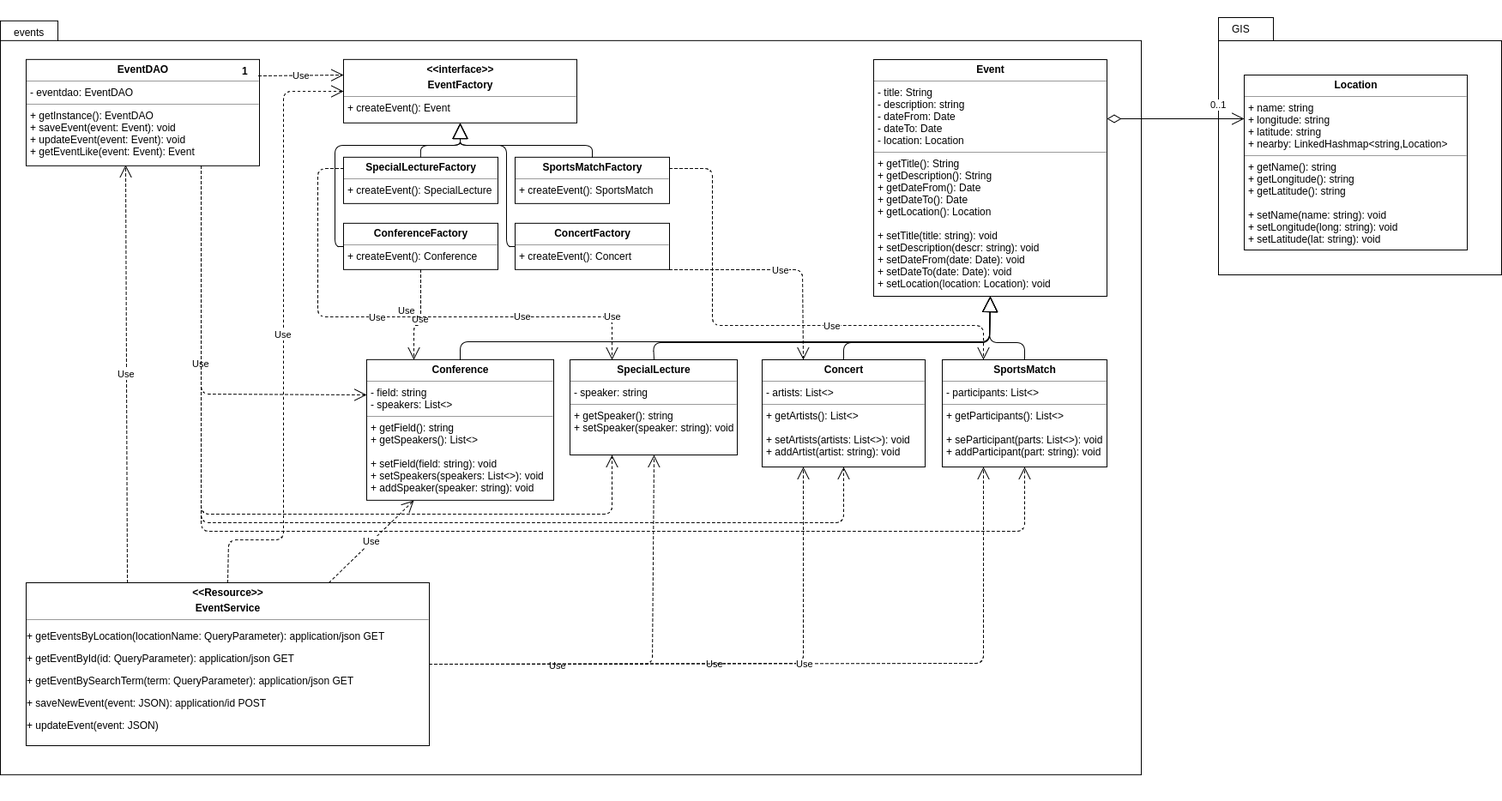
This is images/class/EventsClassDiagram.png from ClaudioMDS/yacc_team_round_2, a draw.io export, as it was before one commit. Source tidied: cells renumbered, new cells last; positions are measured from the earlier drawing's top-left corner, leaving out a move shared by most shapes.
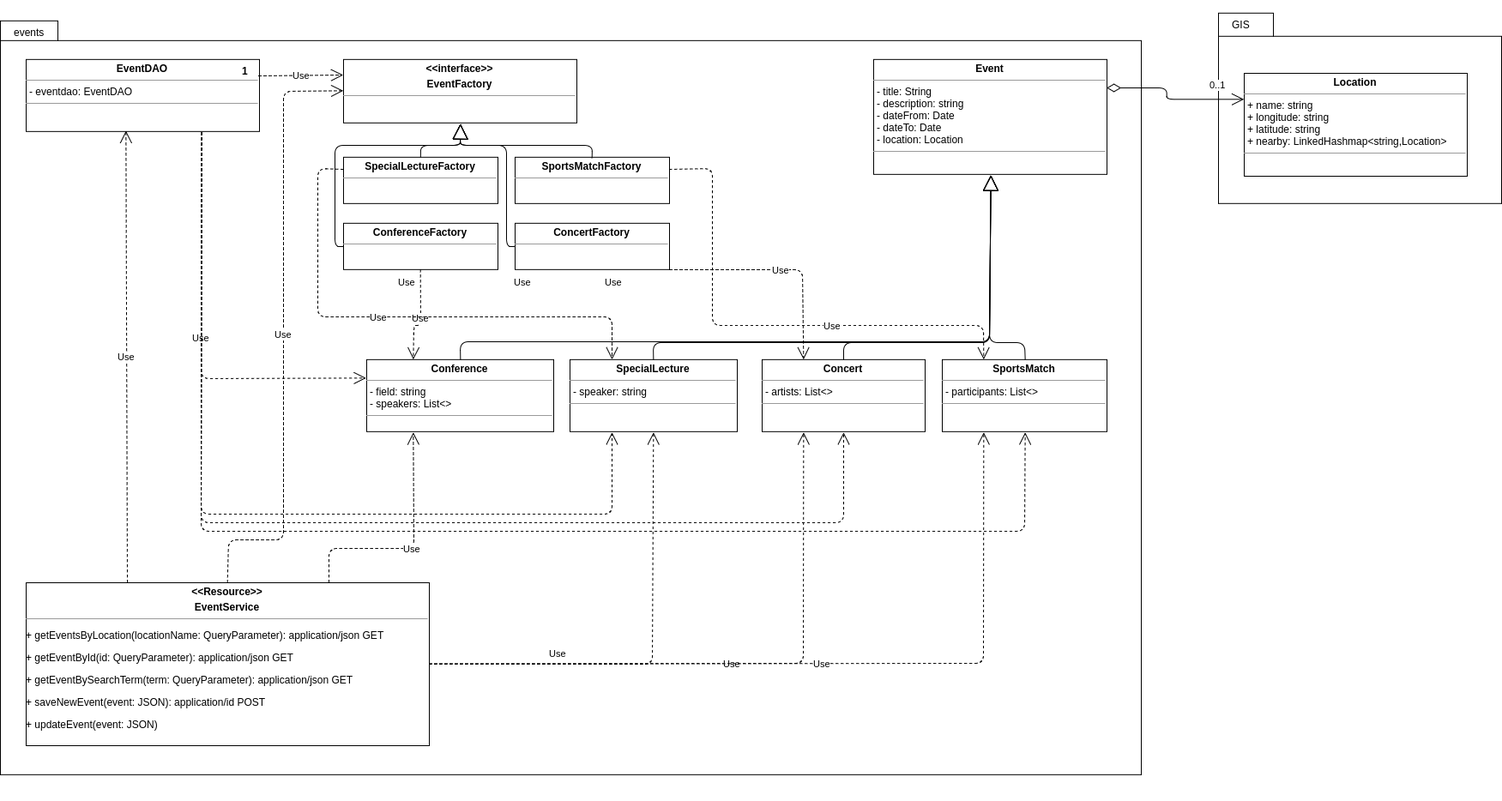
After the commit.

Commit message:
Updated class diagram PNGs

The edit, as a diff of the source:
```diff
@@ -10,7 +10,7 @@
     </mxCell>
-    <mxCell id="4" value="&lt;p style=&quot;margin: 0px ; margin-top: 4px ; text-align: center&quot;&gt;&lt;b&gt;Event&lt;/b&gt;&lt;/p&gt;&lt;hr size=&quot;1&quot;&gt;&lt;p style=&quot;margin: 0px ; margin-left: 4px&quot;&gt;- title: String&lt;/p&gt;&lt;p style=&quot;margin: 0px ; margin-left: 4px&quot;&gt;- description: string&lt;/p&gt;&lt;p style=&quot;margin: 0px ; margin-left: 4px&quot;&gt;-&lt;span&gt;&amp;nbsp;dateFrom: Date&lt;/span&gt;&lt;/p&gt;&lt;p style=&quot;margin: 0px ; margin-left: 4px&quot;&gt;- dateTo: Date&lt;/p&gt;&lt;p style=&quot;margin: 0px ; margin-left: 4px&quot;&gt;- location: Location&lt;/p&gt;&lt;hr size=&quot;1&quot;&gt;&lt;p style=&quot;margin: 0px ; margin-left: 4px&quot;&gt;+ getTitle(): String&lt;/p&gt;&lt;p style=&quot;margin: 0px ; margin-left: 4px&quot;&gt;+ getDescription(): String&lt;/p&gt;&lt;p style=&quot;margin: 0px ; margin-left: 4px&quot;&gt;+ getDateFrom(): Date&lt;/p&gt;&lt;p style=&quot;margin: 0px ; margin-left: 4px&quot;&gt;+ getDateTo(): Date&lt;/p&gt;&lt;p style=&quot;margin: 0px ; margin-left: 4px&quot;&gt;+ getLocation(): Location&lt;/p&gt;&lt;p style=&quot;margin: 0px ; margin-left: 4px&quot;&gt;&lt;br&gt;&lt;/p&gt;&lt;p style=&quot;margin: 0px ; margin-left: 4px&quot;&gt;+ setTitle(title: string): void&lt;/p&gt;&lt;p style=&quot;margin: 0px ; margin-left: 4px&quot;&gt;+ setDescription(descr: string): void&lt;/p&gt;&lt;p style=&quot;margin: 0px ; margin-left: 4px&quot;&gt;+ setDateFrom(date: Date): void&lt;/p&gt;&lt;p style=&quot;margin: 0px ; margin-left: 4px&quot;&gt;+ setDateTo(date: Date): void&lt;/p&gt;&lt;p style=&quot;margin: 0px ; margin-left: 4px&quot;&gt;+ setLocation(location: Location): void&lt;/p&gt;" style="verticalAlign=top;align=left;overflow=fill;fontSize=12;fontFamily=Helvetica;html=1;" parent="2" vertex="1">
-      <mxGeometry x="638" y="46.2" width="272" height="276" as="geometry" />
+    <mxCell id="4" value="&lt;p style=&quot;margin: 0px ; margin-top: 4px ; text-align: center&quot;&gt;&lt;b&gt;Event&lt;/b&gt;&lt;/p&gt;&lt;hr size=&quot;1&quot;&gt;&lt;p style=&quot;margin: 0px ; margin-left: 4px&quot;&gt;- title: String&lt;/p&gt;&lt;p style=&quot;margin: 0px ; margin-left: 4px&quot;&gt;- description: string&lt;/p&gt;&lt;p style=&quot;margin: 0px ; margin-left: 4px&quot;&gt;-&lt;span&gt;&amp;nbsp;dateFrom: Date&lt;/span&gt;&lt;/p&gt;&lt;p style=&quot;margin: 0px ; margin-left: 4px&quot;&gt;- dateTo: Date&lt;/p&gt;&lt;p style=&quot;margin: 0px ; margin-left: 4px&quot;&gt;- location: Location&lt;/p&gt;&lt;hr size=&quot;1&quot;&gt;&lt;p style=&quot;margin: 0px ; margin-left: 4px&quot;&gt;&lt;br&gt;&lt;/p&gt;" style="verticalAlign=top;align=left;overflow=fill;fontSize=12;fontFamily=Helvetica;html=1;" parent="2" vertex="1">
+      <mxGeometry x="638" y="46" width="272" height="134" as="geometry" />
     </mxCell>
-    <mxCell id="5" value="&lt;p style=&quot;margin: 0px ; margin-top: 4px ; text-align: center&quot;&gt;&lt;b&gt;SpecialLecture&lt;/b&gt;&lt;/p&gt;&lt;hr size=&quot;1&quot;&gt;&lt;p style=&quot;margin: 0px ; margin-left: 4px&quot;&gt;- speaker: string&lt;/p&gt;&lt;hr size=&quot;1&quot;&gt;&lt;p style=&quot;margin: 0px ; margin-left: 4px&quot;&gt;+ getSpeaker(): string&lt;/p&gt;&lt;p style=&quot;margin: 0px ; margin-left: 4px&quot;&gt;+ setSpeaker(speaker: string): void&lt;/p&gt;" style="verticalAlign=top;align=left;overflow=fill;fontSize=12;fontFamily=Helvetica;html=1;" parent="2" vertex="1">
-      <mxGeometry x="284" y="396.2" width="195" height="111" as="geometry" />
+    <mxCell id="5" value="&lt;p style=&quot;margin: 0px ; margin-top: 4px ; text-align: center&quot;&gt;&lt;b&gt;SpecialLecture&lt;/b&gt;&lt;/p&gt;&lt;hr size=&quot;1&quot;&gt;&lt;p style=&quot;margin: 0px ; margin-left: 4px&quot;&gt;- speaker: string&lt;/p&gt;&lt;hr size=&quot;1&quot;&gt;&lt;p style=&quot;margin: 0px ; margin-left: 4px&quot;&gt;&lt;br&gt;&lt;/p&gt;" style="verticalAlign=top;align=left;overflow=fill;fontSize=12;fontFamily=Helvetica;html=1;" parent="2" vertex="1">
+      <mxGeometry x="284" y="396" width="195" height="84" as="geometry" />
     </mxCell>
@@ -24,4 +24,4 @@
     </mxCell>
-    <mxCell id="7" value="&lt;p style=&quot;margin: 0px ; margin-top: 4px ; text-align: center&quot;&gt;&lt;b&gt;Concert&lt;/b&gt;&lt;/p&gt;&lt;hr size=&quot;1&quot;&gt;&lt;p style=&quot;margin: 0px ; margin-left: 4px&quot;&gt;- artists: List&amp;lt;&amp;gt;&lt;/p&gt;&lt;hr size=&quot;1&quot;&gt;&lt;p style=&quot;margin: 0px ; margin-left: 4px&quot;&gt;+ getArtists(): List&amp;lt;&amp;gt;&lt;/p&gt;&lt;p style=&quot;margin: 0px ; margin-left: 4px&quot;&gt;&lt;br&gt;&lt;/p&gt;&lt;p style=&quot;margin: 0px ; margin-left: 4px&quot;&gt;+ setArtists(artists: List&amp;lt;&amp;gt;): void&lt;/p&gt;&lt;p style=&quot;margin: 0px ; margin-left: 4px&quot;&gt;+ addArtist(artist: string): void&lt;/p&gt;" style="verticalAlign=top;align=left;overflow=fill;fontSize=12;fontFamily=Helvetica;html=1;" parent="2" vertex="1">
-      <mxGeometry x="508" y="396.2" width="190" height="125" as="geometry" />
+    <mxCell id="7" value="&lt;p style=&quot;margin: 0px ; margin-top: 4px ; text-align: center&quot;&gt;&lt;b&gt;Concert&lt;/b&gt;&lt;/p&gt;&lt;hr size=&quot;1&quot;&gt;&lt;p style=&quot;margin: 0px ; margin-left: 4px&quot;&gt;- artists: List&amp;lt;&amp;gt;&lt;/p&gt;&lt;hr size=&quot;1&quot;&gt;&lt;p style=&quot;margin: 0px ; margin-left: 4px&quot;&gt;&lt;br&gt;&lt;/p&gt;" style="verticalAlign=top;align=left;overflow=fill;fontSize=12;fontFamily=Helvetica;html=1;" parent="2" vertex="1">
+      <mxGeometry x="508" y="396" width="190" height="84" as="geometry" />
     </mxCell>
@@ -35,4 +35,4 @@
     </mxCell>
-    <mxCell id="9" value="&lt;p style=&quot;margin: 0px ; margin-top: 4px ; text-align: center&quot;&gt;&lt;b&gt;SportsMatch&lt;/b&gt;&lt;/p&gt;&lt;hr size=&quot;1&quot;&gt;&lt;p style=&quot;margin: 0px ; margin-left: 4px&quot;&gt;- participants: List&amp;lt;&amp;gt;&lt;/p&gt;&lt;hr size=&quot;1&quot;&gt;&lt;p style=&quot;margin: 0px ; margin-left: 4px&quot;&gt;+ getParticipants(): List&amp;lt;&amp;gt;&lt;/p&gt;&lt;p style=&quot;margin: 0px ; margin-left: 4px&quot;&gt;&lt;br&gt;&lt;/p&gt;&lt;p style=&quot;margin: 0px ; margin-left: 4px&quot;&gt;+ seParticipant(parts: List&amp;lt;&amp;gt;): void&lt;/p&gt;&lt;p style=&quot;margin: 0px ; margin-left: 4px&quot;&gt;+ addParticipant(part: string): void&lt;/p&gt;" style="verticalAlign=top;align=left;overflow=fill;fontSize=12;fontFamily=Helvetica;html=1;" parent="2" vertex="1">
-      <mxGeometry x="718" y="396.2" width="192" height="125" as="geometry" />
+    <mxCell id="9" value="&lt;p style=&quot;margin: 0px ; margin-top: 4px ; text-align: center&quot;&gt;&lt;b&gt;SportsMatch&lt;/b&gt;&lt;/p&gt;&lt;hr size=&quot;1&quot;&gt;&lt;p style=&quot;margin: 0px ; margin-left: 4px&quot;&gt;- participants: List&amp;lt;&amp;gt;&lt;/p&gt;&lt;hr size=&quot;1&quot;&gt;&lt;p style=&quot;margin: 0px ; margin-left: 4px&quot;&gt;&lt;br&gt;&lt;/p&gt;" style="verticalAlign=top;align=left;overflow=fill;fontSize=12;fontFamily=Helvetica;html=1;" parent="2" vertex="1">
+      <mxGeometry x="718" y="396" width="192" height="84" as="geometry" />
     </mxCell>
@@ -46,4 +46,4 @@
     </mxCell>
-    <mxCell id="11" value="&lt;p style=&quot;margin: 0px ; margin-top: 4px ; text-align: center&quot;&gt;&lt;b&gt;Conference&lt;/b&gt;&lt;/p&gt;&lt;hr size=&quot;1&quot;&gt;&lt;p style=&quot;margin: 0px ; margin-left: 4px&quot;&gt;- field: string&lt;/p&gt;&lt;p style=&quot;margin: 0px ; margin-left: 4px&quot;&gt;- speakers: List&amp;lt;&amp;gt;&lt;/p&gt;&lt;hr size=&quot;1&quot;&gt;&lt;p style=&quot;margin: 0px ; margin-left: 4px&quot;&gt;+ getField(): string&lt;/p&gt;&lt;p style=&quot;margin: 0px ; margin-left: 4px&quot;&gt;+ getSpeakers(): List&amp;lt;&amp;gt;&lt;/p&gt;&lt;p style=&quot;margin: 0px ; margin-left: 4px&quot;&gt;&lt;br&gt;&lt;/p&gt;&lt;p style=&quot;margin: 0px ; margin-left: 4px&quot;&gt;+ setField(field: string): void&lt;/p&gt;&lt;p style=&quot;margin: 0px ; margin-left: 4px&quot;&gt;+ setSpeakers(speakers: List&amp;lt;&amp;gt;): void&lt;/p&gt;&lt;p style=&quot;margin: 0px ; margin-left: 4px&quot;&gt;+ addSpeaker(speaker: string): void&lt;/p&gt;" style="verticalAlign=top;align=left;overflow=fill;fontSize=12;fontFamily=Helvetica;html=1;" parent="2" vertex="1">
-      <mxGeometry x="47" y="396" width="218" height="164" as="geometry" />
+    <mxCell id="11" value="&lt;p style=&quot;margin: 0px ; margin-top: 4px ; text-align: center&quot;&gt;&lt;b&gt;Conference&lt;/b&gt;&lt;/p&gt;&lt;hr size=&quot;1&quot;&gt;&lt;p style=&quot;margin: 0px ; margin-left: 4px&quot;&gt;- field: string&lt;/p&gt;&lt;p style=&quot;margin: 0px ; margin-left: 4px&quot;&gt;- speakers: List&amp;lt;&amp;gt;&lt;/p&gt;&lt;hr size=&quot;1&quot;&gt;&lt;p style=&quot;margin: 0px ; margin-left: 4px&quot;&gt;&lt;br&gt;&lt;/p&gt;" style="verticalAlign=top;align=left;overflow=fill;fontSize=12;fontFamily=Helvetica;html=1;" parent="2" vertex="1">
+      <mxGeometry x="47" y="396" width="218" height="84" as="geometry" />
     </mxCell>
@@ -57,6 +57,6 @@
     </mxCell>
-    <mxCell id="13" value="&lt;p style=&quot;margin: 0px ; margin-top: 4px ; text-align: center&quot;&gt;&lt;b&gt;&amp;lt;&amp;lt;interface&amp;gt;&amp;gt;&lt;/b&gt;&lt;/p&gt;&lt;p style=&quot;margin: 0px ; margin-top: 4px ; text-align: center&quot;&gt;&lt;b&gt;EventFactory&lt;/b&gt;&lt;/p&gt;&lt;hr size=&quot;1&quot;&gt;&lt;p style=&quot;margin: 0px ; margin-left: 4px&quot;&gt;&lt;/p&gt;&lt;p style=&quot;margin: 0px ; margin-left: 4px&quot;&gt;&lt;span&gt;+ createEvent(): Event&lt;/span&gt;&lt;br&gt;&lt;/p&gt;" style="verticalAlign=top;align=left;overflow=fill;fontSize=12;fontFamily=Helvetica;html=1;" parent="2" vertex="1">
+    <mxCell id="13" value="&lt;p style=&quot;margin: 0px ; margin-top: 4px ; text-align: center&quot;&gt;&lt;b&gt;&amp;lt;&amp;lt;interface&amp;gt;&amp;gt;&lt;/b&gt;&lt;/p&gt;&lt;p style=&quot;margin: 0px ; margin-top: 4px ; text-align: center&quot;&gt;&lt;b&gt;EventFactory&lt;/b&gt;&lt;/p&gt;&lt;hr size=&quot;1&quot;&gt;&lt;p style=&quot;margin: 0px ; margin-left: 4px&quot;&gt;&lt;/p&gt;&lt;p style=&quot;margin: 0px ; margin-left: 4px&quot;&gt;&lt;br&gt;&lt;/p&gt;" style="verticalAlign=top;align=left;overflow=fill;fontSize=12;fontFamily=Helvetica;html=1;" parent="2" vertex="1">
       <mxGeometry x="20" y="46" width="272" height="74" as="geometry" />
     </mxCell>
-    <mxCell id="14" value="&lt;p style=&quot;margin: 0px ; margin-top: 4px ; text-align: center&quot;&gt;&lt;b&gt;SpecialLectureFactory&lt;/b&gt;&lt;/p&gt;&lt;hr size=&quot;1&quot;&gt;&lt;p style=&quot;margin: 0px ; margin-left: 4px&quot;&gt;&lt;span&gt;+ createEvent(): SpecialLecture&lt;/span&gt;&lt;br&gt;&lt;/p&gt;" style="verticalAlign=top;align=left;overflow=fill;fontSize=12;fontFamily=Helvetica;html=1;" parent="2" vertex="1">
+    <mxCell id="14" value="&lt;p style=&quot;margin: 0px ; margin-top: 4px ; text-align: center&quot;&gt;&lt;b&gt;SpecialLectureFactory&lt;/b&gt;&lt;/p&gt;&lt;hr size=&quot;1&quot;&gt;&lt;p style=&quot;margin: 0px ; margin-left: 4px&quot;&gt;&lt;br&gt;&lt;/p&gt;" style="verticalAlign=top;align=left;overflow=fill;fontSize=12;fontFamily=Helvetica;html=1;" parent="2" vertex="1">
       <mxGeometry x="20" y="160" width="180" height="54" as="geometry" />
@@ -72,9 +72,9 @@
     </mxCell>
-    <mxCell id="16" value="&lt;p style=&quot;margin: 0px ; margin-top: 4px ; text-align: center&quot;&gt;&lt;b&gt;SportsMatchFactory&lt;/b&gt;&lt;/p&gt;&lt;hr size=&quot;1&quot;&gt;&lt;p style=&quot;margin: 0px ; margin-left: 4px&quot;&gt;&lt;span&gt;+ createEvent(): SportsMatch&lt;/span&gt;&lt;br&gt;&lt;/p&gt;" style="verticalAlign=top;align=left;overflow=fill;fontSize=12;fontFamily=Helvetica;html=1;" parent="2" vertex="1">
+    <mxCell id="16" value="&lt;p style=&quot;margin: 0px ; margin-top: 4px ; text-align: center&quot;&gt;&lt;b&gt;SportsMatchFactory&lt;/b&gt;&lt;/p&gt;&lt;hr size=&quot;1&quot;&gt;&lt;p style=&quot;margin: 0px ; margin-left: 4px&quot;&gt;&lt;br&gt;&lt;/p&gt;" style="verticalAlign=top;align=left;overflow=fill;fontSize=12;fontFamily=Helvetica;html=1;" parent="2" vertex="1">
       <mxGeometry x="220" y="160" width="180" height="54" as="geometry" />
     </mxCell>
-    <mxCell id="17" value="&lt;p style=&quot;margin: 0px ; margin-top: 4px ; text-align: center&quot;&gt;&lt;b&gt;ConferenceFactory&lt;/b&gt;&lt;/p&gt;&lt;hr size=&quot;1&quot;&gt;&lt;p style=&quot;margin: 0px ; margin-left: 4px&quot;&gt;&lt;span&gt;+ createEvent(): Conference&lt;/span&gt;&lt;br&gt;&lt;/p&gt;" style="verticalAlign=top;align=left;overflow=fill;fontSize=12;fontFamily=Helvetica;html=1;" parent="2" vertex="1">
+    <mxCell id="17" value="&lt;p style=&quot;margin: 0px ; margin-top: 4px ; text-align: center&quot;&gt;&lt;b&gt;ConferenceFactory&lt;/b&gt;&lt;/p&gt;&lt;hr size=&quot;1&quot;&gt;&lt;p style=&quot;margin: 0px ; margin-left: 4px&quot;&gt;&lt;br&gt;&lt;/p&gt;" style="verticalAlign=top;align=left;overflow=fill;fontSize=12;fontFamily=Helvetica;html=1;" parent="2" vertex="1">
       <mxGeometry x="20" y="237" width="180" height="54" as="geometry" />
     </mxCell>
-    <mxCell id="18" value="&lt;p style=&quot;margin: 0px ; margin-top: 4px ; text-align: center&quot;&gt;&lt;b&gt;ConcertFactory&lt;/b&gt;&lt;/p&gt;&lt;hr size=&quot;1&quot;&gt;&lt;p style=&quot;margin: 0px ; margin-left: 4px&quot;&gt;&lt;span&gt;+ createEvent(): Concert&lt;/span&gt;&lt;br&gt;&lt;/p&gt;" style="verticalAlign=top;align=left;overflow=fill;fontSize=12;fontFamily=Helvetica;html=1;" parent="2" vertex="1">
+    <mxCell id="18" value="&lt;p style=&quot;margin: 0px ; margin-top: 4px ; text-align: center&quot;&gt;&lt;b&gt;ConcertFactory&lt;/b&gt;&lt;/p&gt;&lt;hr size=&quot;1&quot;&gt;&lt;p style=&quot;margin: 0px ; margin-left: 4px&quot;&gt;&lt;br&gt;&lt;/p&gt;" style="verticalAlign=top;align=left;overflow=fill;fontSize=12;fontFamily=Helvetica;html=1;" parent="2" vertex="1">
       <mxGeometry x="220" y="237" width="180" height="54" as="geometry" />
@@ -145,4 +145,4 @@
     </mxCell>
-    <mxCell id="27" value="&lt;p style=&quot;margin: 0px ; margin-top: 4px ; text-align: center&quot;&gt;&lt;b&gt;EventDAO&lt;/b&gt;&lt;/p&gt;&lt;hr size=&quot;1&quot;&gt;&lt;p style=&quot;margin: 0px ; margin-left: 4px&quot;&gt;- eventdao: EventDAO&lt;/p&gt;&lt;hr size=&quot;1&quot;&gt;&lt;p style=&quot;margin: 0px ; margin-left: 4px&quot;&gt;+ getInstance(): EventDAO&lt;br&gt;&lt;/p&gt;&lt;p style=&quot;margin: 0px ; margin-left: 4px&quot;&gt;+ saveEvent(event: Event): void&lt;/p&gt;&lt;p style=&quot;margin: 0px ; margin-left: 4px&quot;&gt;+ updateEvent(event: Event): void&lt;/p&gt;&lt;p style=&quot;margin: 0px ; margin-left: 4px&quot;&gt;+ getEventLike(event: Event): Event&lt;/p&gt;" style="verticalAlign=top;align=left;overflow=fill;fontSize=12;fontFamily=Helvetica;html=1;" parent="2" vertex="1">
-      <mxGeometry x="-350" y="46" width="272" height="124" as="geometry" />
+    <mxCell id="27" value="&lt;p style=&quot;margin: 0px ; margin-top: 4px ; text-align: center&quot;&gt;&lt;b&gt;EventDAO&lt;/b&gt;&lt;/p&gt;&lt;hr size=&quot;1&quot;&gt;&lt;p style=&quot;margin: 0px ; margin-left: 4px&quot;&gt;- eventdao: EventDAO&lt;/p&gt;&lt;hr size=&quot;1&quot;&gt;&lt;p style=&quot;margin: 0px ; margin-left: 4px&quot;&gt;&lt;br&gt;&lt;/p&gt;" style="verticalAlign=top;align=left;overflow=fill;fontSize=12;fontFamily=Helvetica;html=1;" parent="2" vertex="1">
+      <mxGeometry x="-350" y="46" width="272" height="84" as="geometry" />
     </mxCell>
@@ -156,3 +156,3 @@
         <Array as="points">
-          <mxPoint x="-146" y="436.2" />
+          <mxPoint x="-146" y="418.2" />
         </Array>
@@ -185,12 +185,12 @@
     <mxCell id="33" style="group;" parent="1" vertex="1">
-      <mxGeometry x="1420" width="330" height="350" as="geometry" />
+      <mxGeometry x="1420" width="330" height="259" as="geometry" />
     </mxCell>
     <mxCell id="34" style="shape=folder;fontStyle=1;spacingTop=10;tabWidth=64;tabHeight=27;tabPosition=left;html=1;" parent="33" vertex="1">
-      <mxGeometry y="20" width="330" height="300" as="geometry" />
+      <mxGeometry y="14.8" width="330" height="222" as="geometry" />
     </mxCell>
     <mxCell id="35" value="GIS" style="text;html=1;strokeColor=none;fillColor=none;align=left;verticalAlign=top;spacingLeft=4;spacingRight=4;whiteSpace=wrap;overflow=hidden;" parent="33" vertex="1">
-      <mxGeometry x="10" y="20" width="100" height="39.6" as="geometry" />
+      <mxGeometry x="10" y="14.8" width="100" height="29.3" as="geometry" />
     </mxCell>
-    <mxCell id="36" value="&lt;p style=&quot;margin: 0px ; margin-top: 4px ; text-align: center&quot;&gt;&lt;b&gt;Location&lt;/b&gt;&lt;/p&gt;&lt;hr size=&quot;1&quot;&gt;&lt;p style=&quot;margin: 0px ; margin-left: 4px&quot;&gt;+ name: string&lt;/p&gt;&lt;p style=&quot;margin: 0px ; margin-left: 4px&quot;&gt;+ longitude: string&lt;br&gt;&lt;/p&gt;&lt;p style=&quot;margin: 0px ; margin-left: 4px&quot;&gt;+ latitude: string&lt;/p&gt;&lt;p style=&quot;margin: 0px ; margin-left: 4px&quot;&gt;+ nearby: LinkedHashmap&amp;lt;string,Location&amp;gt;&lt;/p&gt;&lt;hr size=&quot;1&quot;&gt;&lt;p style=&quot;margin: 0px ; margin-left: 4px&quot;&gt;+ getName(): string&lt;/p&gt;&lt;p style=&quot;margin: 0px ; margin-left: 4px&quot;&gt;+ getLongitude(): string&lt;/p&gt;&lt;p style=&quot;margin: 0px ; margin-left: 4px&quot;&gt;+ getLatitude(): string&lt;/p&gt;&lt;p style=&quot;margin: 0px ; margin-left: 4px&quot;&gt;&lt;br&gt;&lt;/p&gt;&lt;p style=&quot;margin: 0px ; margin-left: 4px&quot;&gt;+ setName(name: string): void&lt;/p&gt;&lt;p style=&quot;margin: 0px ; margin-left: 4px&quot;&gt;+ setLongitude(long: string): void&lt;/p&gt;&lt;p style=&quot;margin: 0px ; margin-left: 4px&quot;&gt;+ setLatitude(lat: string): void&lt;/p&gt;" style="verticalAlign=top;align=left;overflow=fill;fontSize=12;fontFamily=Helvetica;html=1;" parent="33" vertex="1">
-      <mxGeometry x="30" y="87" width="260" height="204" as="geometry" />
+    <mxCell id="36" value="&lt;p style=&quot;margin: 0px ; margin-top: 4px ; text-align: center&quot;&gt;&lt;b&gt;Location&lt;/b&gt;&lt;/p&gt;&lt;hr size=&quot;1&quot;&gt;&lt;p style=&quot;margin: 0px ; margin-left: 4px&quot;&gt;+ name: string&lt;/p&gt;&lt;p style=&quot;margin: 0px ; margin-left: 4px&quot;&gt;+ longitude: string&lt;br&gt;&lt;/p&gt;&lt;p style=&quot;margin: 0px ; margin-left: 4px&quot;&gt;+ latitude: string&lt;/p&gt;&lt;p style=&quot;margin: 0px ; margin-left: 4px&quot;&gt;+ nearby: LinkedHashmap&amp;lt;string,Location&amp;gt;&lt;/p&gt;&lt;hr size=&quot;1&quot;&gt;&lt;p style=&quot;margin: 0px ; margin-left: 4px&quot;&gt;&lt;br&gt;&lt;/p&gt;" style="verticalAlign=top;align=left;overflow=fill;fontSize=12;fontFamily=Helvetica;html=1;" parent="33" vertex="1">
+      <mxGeometry x="30" y="85" width="260" height="120" as="geometry" />
     </mxCell>
@@ -199,3 +199,4 @@
         <Array as="points">
-          <mxPoint x="1450" y="138" />
+          <mxPoint x="1360" y="102" />
+          <mxPoint x="1360" y="115" />
         </Array>
@@ -217,3 +218,8 @@
     <mxCell id="40" value="Use" style="endArrow=open;endSize=12;dashed=1;html=1;exitX=0.75;exitY=0;entryX=0.25;entryY=1;" parent="1" edge="1" source="38" target="11">
-      <mxGeometry relative="1" as="geometry" />
+      <mxGeometry relative="1" as="geometry">
+        <Array as="points">
+          <mxPoint x="383" y="639" />
+          <mxPoint x="482" y="639" />
+        </Array>
+      </mxGeometry>
     </mxCell>
```
